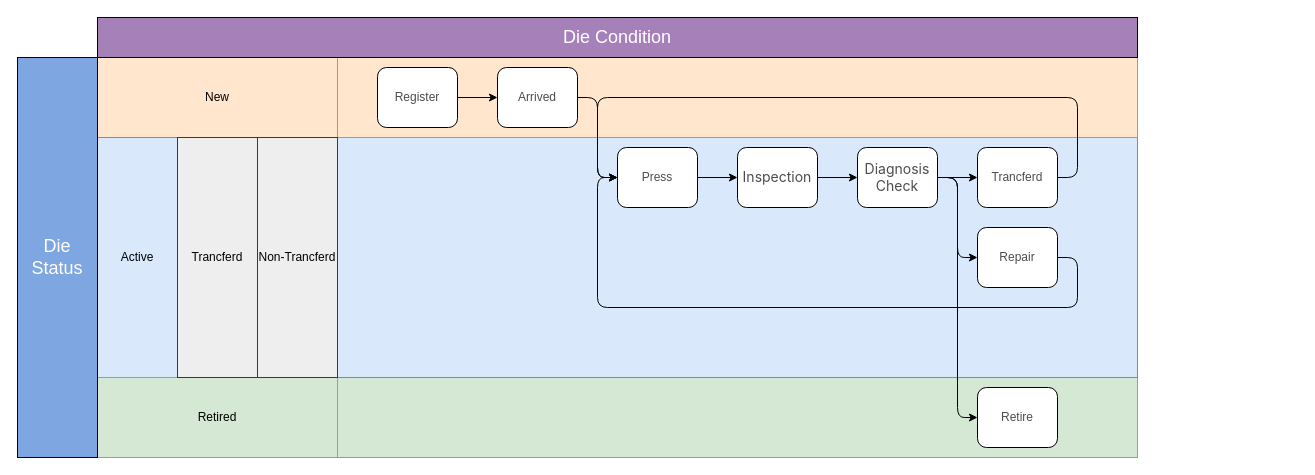
Earlier version of the draw.io diagram documents/img/flow.drawio (OdaSeiji/ex0.20). Source tidied: cells renumbered, new cells numbered last; positions are measured from the earlier drawing's top-left corner, leaving out a move shared by most shapes. Both pictures are drawn from the tidied source at 100%, with x=0, y=0 at pixel (17, 17).
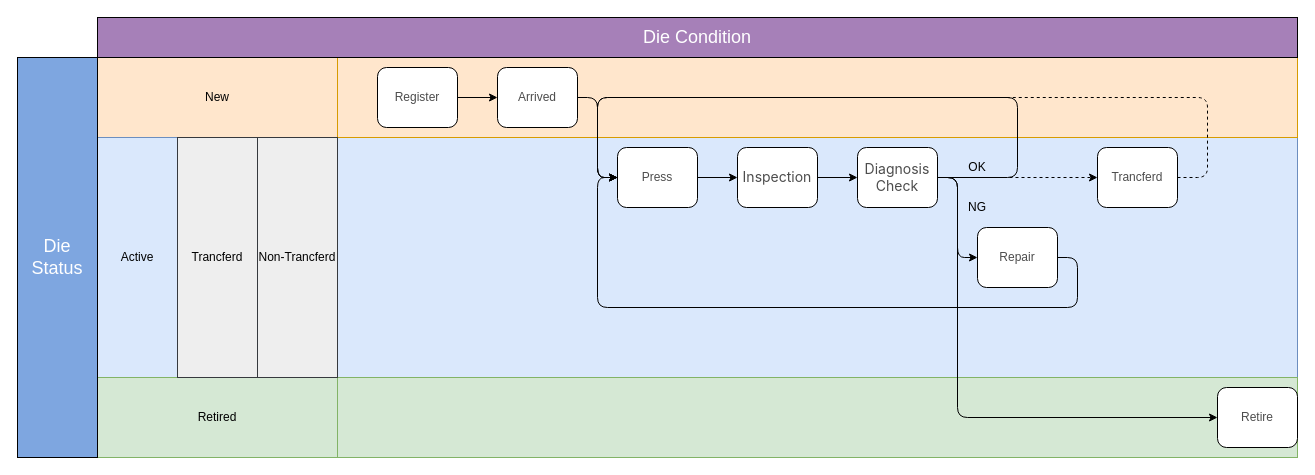
The same page after the edit.

Unchanged cells that the change refers to:
```xml
<mxCell id="15" value="Press" style="rounded=1;whiteSpace=wrap;html=1;fontColor=#4D4D4D;" parent="1" vertex="1">
  <mxGeometry x="600" y="130" width="80" height="60" as="geometry" />
</mxCell>
<mxCell id="21" value="&lt;span style=&quot;font-family: -apple-system, BlinkMacSystemFont, &amp;quot;Segoe WPC&amp;quot;, &amp;quot;Segoe UI&amp;quot;, system-ui, Ubuntu, &amp;quot;Droid Sans&amp;quot;, sans-serif; font-size: 14px; text-align: start;&quot;&gt;Diagnosis&lt;br&gt;Check&lt;/span&gt;" style="rounded=1;whiteSpace=wrap;html=1;fontColor=#4D4D4D;" parent="1" vertex="1">
  <mxGeometry x="840" y="130" width="80" height="60" as="geometry" />
</mxCell>
```

Change to the diagram source:
```diff
@@
+    <mxCell id="3" style="rounded=0;whiteSpace=wrap;html=1;fillColor=#dae8fc;strokeColor=#6c8ebf;" parent="1" vertex="1">
+      <mxGeometry x="320" y="120" width="960" height="240" as="geometry" />
+    </mxCell>
     <mxCell id="2" style="rounded=0;whiteSpace=wrap;html=1;fillColor=#d5e8d4;strokeColor=#82b366;" parent="1" vertex="1">
-      <mxGeometry x="320" y="360" width="800" height="80" as="geometry" />
+      <mxGeometry x="320" y="360" width="960" height="80" as="geometry" />
     </mxCell>
-    <mxCell id="3" style="rounded=0;whiteSpace=wrap;html=1;fillColor=#dae8fc;strokeColor=#6c8ebf;" parent="1" vertex="1">
-      <mxGeometry x="320" y="120" width="800" height="240" as="geometry" />
-    </mxCell>
     <mxCell id="4" style="rounded=0;whiteSpace=wrap;html=1;fillColor=#ffe6cc;strokeColor=#d79b00;" parent="1" vertex="1">
-      <mxGeometry x="320" y="40" width="800" height="80" as="geometry" />
+      <mxGeometry x="320" y="40" width="960" height="80" as="geometry" />
     </mxCell>
@@
-    <mxCell id="18" style="edgeStyle=orthogonalEdgeStyle;rounded=0;jettySize=auto;html=1;" parent="1" edge="1" source="21" target="23">
+    <mxCell id="18" style="edgeStyle=orthogonalEdgeStyle;rounded=0;jettySize=auto;html=1;dashed=1;" parent="1" edge="1" source="21" target="23">
       <mxGeometry relative="1" as="geometry" />
     </mxCell>
@@
+    <mxCell id="29" style="edgeStyle=none;html=1;" parent="1" edge="1" source="21" target="15">
+      <mxGeometry relative="1" as="geometry">
+        <Array as="points">
+          <mxPoint x="1000" y="160" />
+          <mxPoint x="1000" y="80" />
+          <mxPoint x="580" y="80" />
+          <mxPoint x="580" y="160" />
+        </Array>
+      </mxGeometry>
+    </mxCell>
@@
-    <mxCell id="22" style="edgeStyle=orthogonalEdgeStyle;rounded=1;jettySize=auto;html=1;curved=0;" parent="1" edge="1" source="23" target="15">
+    <mxCell id="22" style="edgeStyle=orthogonalEdgeStyle;rounded=1;jettySize=auto;html=1;curved=0;dashed=1;" parent="1" edge="1" source="23" target="15">
       <mxGeometry relative="1" as="geometry">
         <Array as="points">
-          <mxPoint x="1060" y="160" />
-          <mxPoint x="1060" y="80" />
+          <mxPoint x="1190" y="160" />
+          <mxPoint x="1190" y="80" />
           <mxPoint x="580" y="80" />
           <mxPoint x="580" y="160" />
         </Array>
       </mxGeometry>
     </mxCell>
     <mxCell id="23" value="Trancferd" style="rounded=1;whiteSpace=wrap;html=1;fontColor=#4D4D4D;" parent="1" vertex="1">
-      <mxGeometry x="960" y="130" width="80" height="60" as="geometry" />
+      <mxGeometry x="1080" y="130" width="80" height="60" as="geometry" />
     </mxCell>
@@
     <mxCell id="26" value="Retire" style="rounded=1;whiteSpace=wrap;html=1;fontColor=#4D4D4D;" parent="1" vertex="1">
-      <mxGeometry x="960" y="370" width="80" height="60" as="geometry" />
+      <mxGeometry x="1200" y="370" width="80" height="60" as="geometry" />
     </mxCell>
@@
     <mxCell id="28" value="Die Condition" style="rounded=0;whiteSpace=wrap;html=1;fontSize=18;fillColor=#A680B8;fontColor=#FFFFFF;" parent="1" vertex="1">
-      <mxGeometry x="80" width="1040" height="40" as="geometry" />
+      <mxGeometry x="80" width="1200" height="40" as="geometry" />
     </mxCell>
+    <mxCell id="30" value="NG" style="text;html=1;align=center;verticalAlign=middle;whiteSpace=wrap;rounded=0;" parent="1" vertex="1">
+      <mxGeometry x="940" y="180" width="40" height="20" as="geometry" />
+    </mxCell>
+    <mxCell id="31" value="OK" style="text;html=1;align=center;verticalAlign=middle;whiteSpace=wrap;rounded=0;" parent="1" vertex="1">
+      <mxGeometry x="930" y="140" width="60" height="20" as="geometry" />
+    </mxCell>
```
